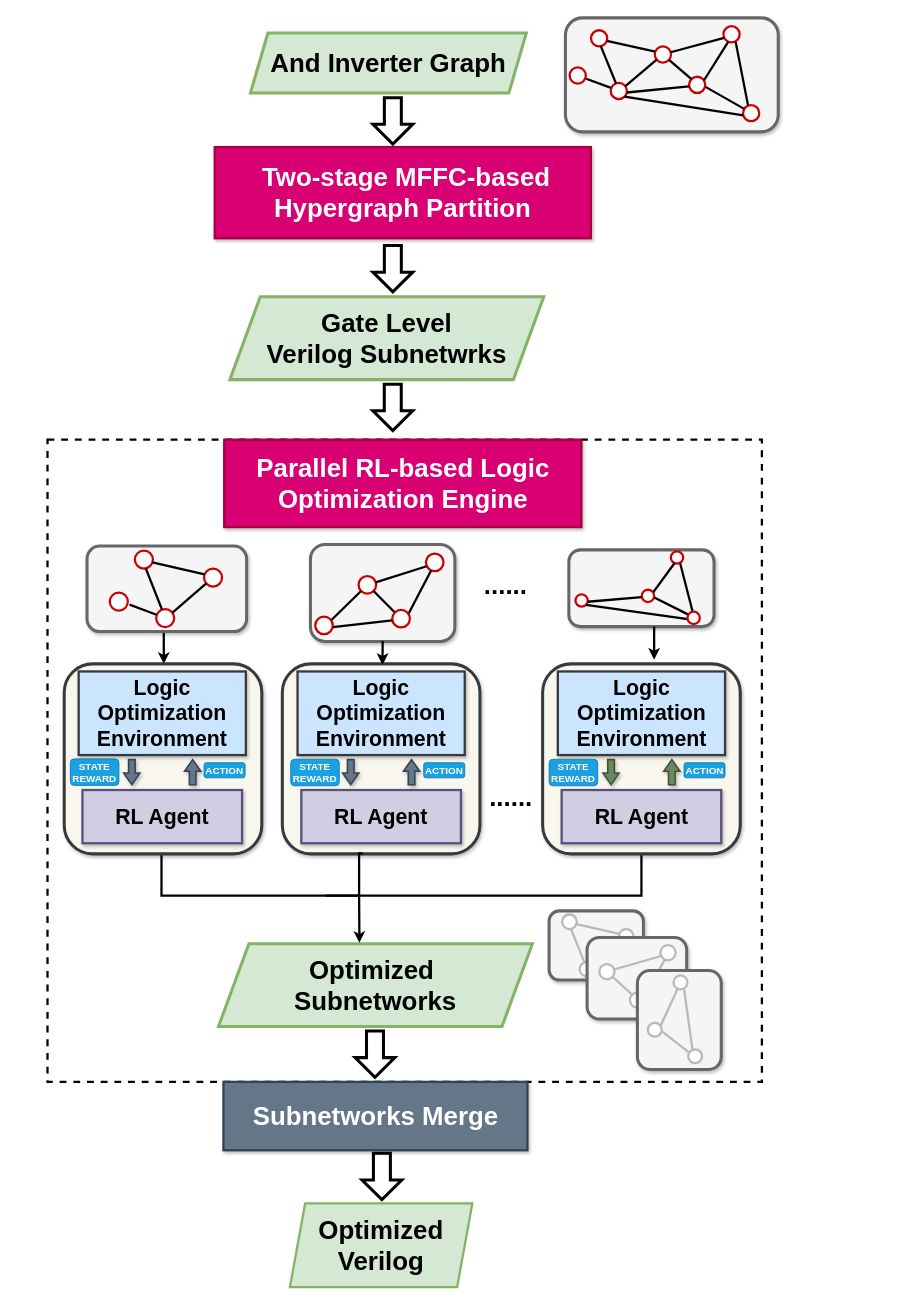
The draw.io diagram explorationEngine.drawio in kxzhu0505/LogicSynOpt, before the edit. Source tidied: cells renumbered, new cells numbered last; positions are measured from the earlier drawing's top-left corner, leaving out a move shared by most shapes. Both pictures are drawn from the tidied source at 76%, with x=0, y=0 at pixel (13, 17).
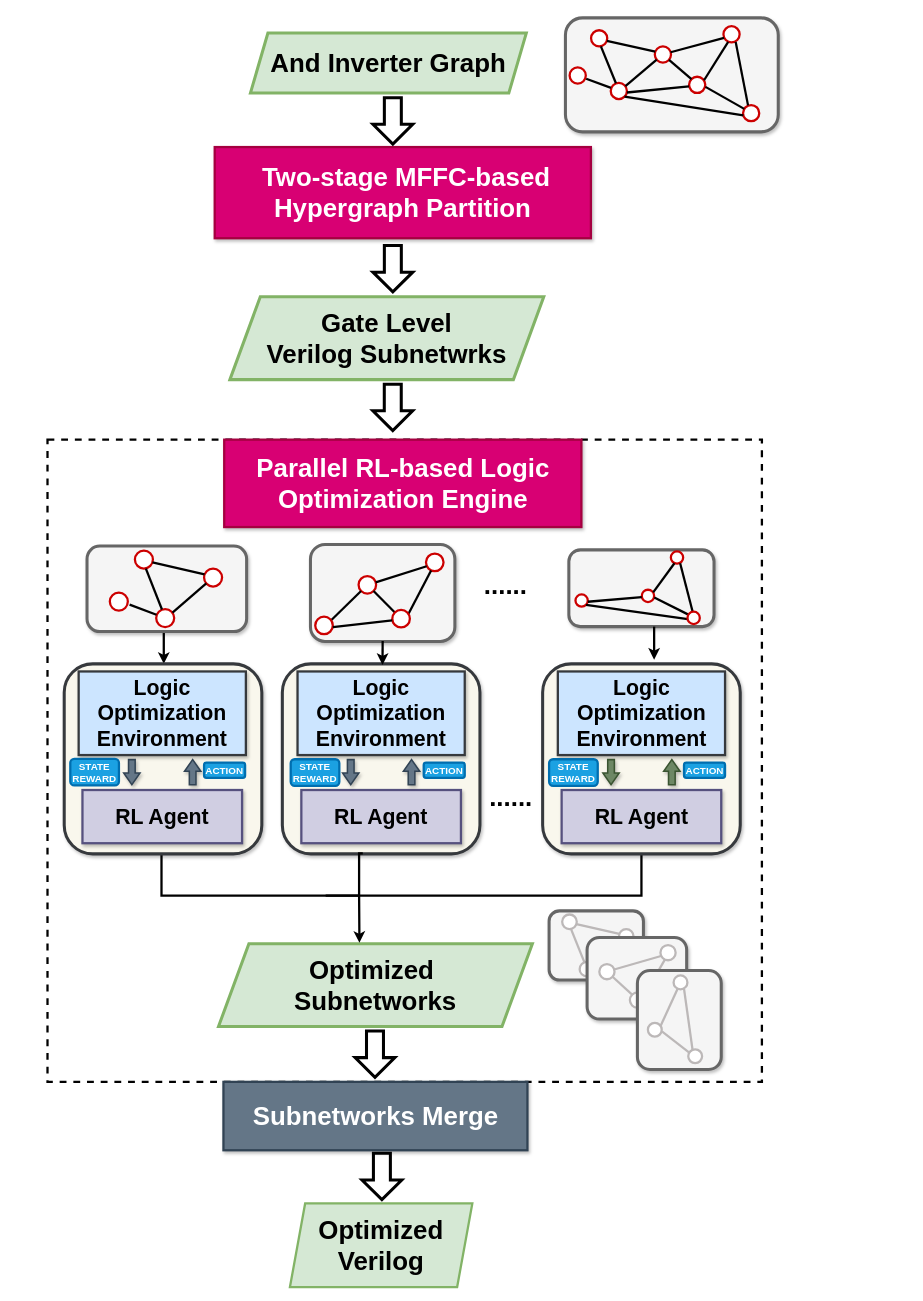
The same diagram, later.

Unchanged cells that the change refers to:
```xml
<mxCell id="9" style="group;strokeWidth=4;" parent="1" vertex="1">
  <mxGeometry x="354" y="830" width="260" height="290" as="geometry" />
</mxCell>
<mxCell id="17" style="group;strokeWidth=4;" parent="1" vertex="1">
  <mxGeometry x="696.5" y="830" width="260" height="290" as="geometry" />
</mxCell>
```

What changed in the source:
```diff
@@
-    <mxCell id="15" value="&lt;b style=&quot;font-size: 13px;&quot;&gt;ACTION&lt;/b&gt;" style="rounded=1;whiteSpace=wrap;html=1;fontSize=13;fillColor=#1ba1e2;fontColor=#ffffff;strokeColor=#006EAF;" parent="9" vertex="1">
+    <mxCell id="15" value="&lt;b style=&quot;font-size: 13px;&quot;&gt;ACTION&lt;/b&gt;" style="rounded=1;whiteSpace=wrap;html=1;fontSize=13;fillColor=#1ba1e2;fontColor=#ffffff;strokeColor=#006EAF;strokeWidth=3;" parent="9" vertex="1">
       <mxGeometry x="186" y="150" width="54" height="20" as="geometry" />
     </mxCell>
-    <mxCell id="16" value="&lt;b style=&quot;font-size: 13px;&quot;&gt;STATE&lt;/b&gt;&lt;div&gt;&lt;b style=&quot;font-size: 13px;&quot;&gt;REWARD&lt;/b&gt;&lt;/div&gt;" style="rounded=1;whiteSpace=wrap;html=1;fontSize=13;fillColor=#1ba1e2;fontColor=#ffffff;strokeColor=#006EAF;" parent="9" vertex="1">
+    <mxCell id="16" value="&lt;b style=&quot;font-size: 13px;&quot;&gt;STATE&lt;/b&gt;&lt;div&gt;&lt;b style=&quot;font-size: 13px;&quot;&gt;REWARD&lt;/b&gt;&lt;/div&gt;" style="rounded=1;whiteSpace=wrap;html=1;fontSize=13;fillColor=#1ba1e2;fontColor=#ffffff;strokeColor=#006EAF;strokeWidth=3;" parent="9" vertex="1">
       <mxGeometry x="11" y="145.5" width="64" height="35" as="geometry" />
     </mxCell>
@@
-    <mxCell id="24" value="&lt;b style=&quot;font-size: 13px;&quot;&gt;ACTION&lt;/b&gt;" style="rounded=1;whiteSpace=wrap;html=1;fontSize=13;fillColor=#1ba1e2;fontColor=#ffffff;strokeColor=#006EAF;" parent="17" vertex="1">
+    <mxCell id="24" value="&lt;b style=&quot;font-size: 13px;&quot;&gt;ACTION&lt;/b&gt;" style="rounded=1;whiteSpace=wrap;html=1;fontSize=13;fillColor=#1ba1e2;fontColor=#ffffff;strokeColor=#006EAF;strokeWidth=3;" parent="17" vertex="1">
       <mxGeometry x="186" y="150" width="54" height="20" as="geometry" />
     </mxCell>
-    <mxCell id="25" value="&lt;b style=&quot;font-size: 13px;&quot;&gt;STATE&lt;/b&gt;&lt;div&gt;&lt;b style=&quot;font-size: 13px;&quot;&gt;REWARD&lt;/b&gt;&lt;/div&gt;" style="rounded=1;whiteSpace=wrap;html=1;fontSize=13;fillColor=#1ba1e2;fontColor=#ffffff;strokeColor=#006EAF;" parent="17" vertex="1">
+    <mxCell id="25" value="&lt;b style=&quot;font-size: 13px;&quot;&gt;STATE&lt;/b&gt;&lt;div&gt;&lt;b style=&quot;font-size: 13px;&quot;&gt;REWARD&lt;/b&gt;&lt;/div&gt;" style="rounded=1;whiteSpace=wrap;html=1;fontSize=13;fillColor=#1ba1e2;fontColor=#ffffff;strokeColor=#006EAF;strokeWidth=3;" parent="17" vertex="1">
       <mxGeometry x="8.5" y="145.5" width="64" height="35" as="geometry" />
     </mxCell>
@@
-    <mxCell id="119" value="&lt;b style=&quot;font-size: 13px;&quot;&gt;ACTION&lt;/b&gt;" style="rounded=1;whiteSpace=wrap;html=1;fontSize=13;fillColor=#1ba1e2;fontColor=#ffffff;strokeColor=#006EAF;" parent="1" vertex="1">
+    <mxCell id="119" value="&lt;b style=&quot;font-size: 13px;&quot;&gt;ACTION&lt;/b&gt;" style="rounded=1;whiteSpace=wrap;html=1;fontSize=13;fillColor=#1ba1e2;fontColor=#ffffff;strokeColor=#006EAF;strokeWidth=3;" parent="1" vertex="1">
       <mxGeometry x="251" y="980" width="54" height="20" as="geometry" />
     </mxCell>
-    <mxCell id="120" value="&lt;b style=&quot;font-size: 13px;&quot;&gt;STATE&lt;/b&gt;&lt;div&gt;&lt;b style=&quot;font-size: 13px;&quot;&gt;REWARD&lt;/b&gt;&lt;/div&gt;" style="rounded=1;whiteSpace=wrap;html=1;fontSize=13;fillColor=#1ba1e2;fontColor=#ffffff;strokeColor=#006EAF;" parent="1" vertex="1">
+    <mxCell id="120" value="&lt;b style=&quot;font-size: 13px;&quot;&gt;STATE&lt;/b&gt;&lt;div&gt;&lt;b style=&quot;font-size: 13px;&quot;&gt;REWARD&lt;/b&gt;&lt;/div&gt;" style="rounded=1;whiteSpace=wrap;html=1;fontSize=13;fillColor=#1ba1e2;fontColor=#ffffff;strokeColor=#006EAF;strokeWidth=3;" parent="1" vertex="1">
       <mxGeometry x="75" y="975" width="64" height="35" as="geometry" />
     </mxCell>
```
